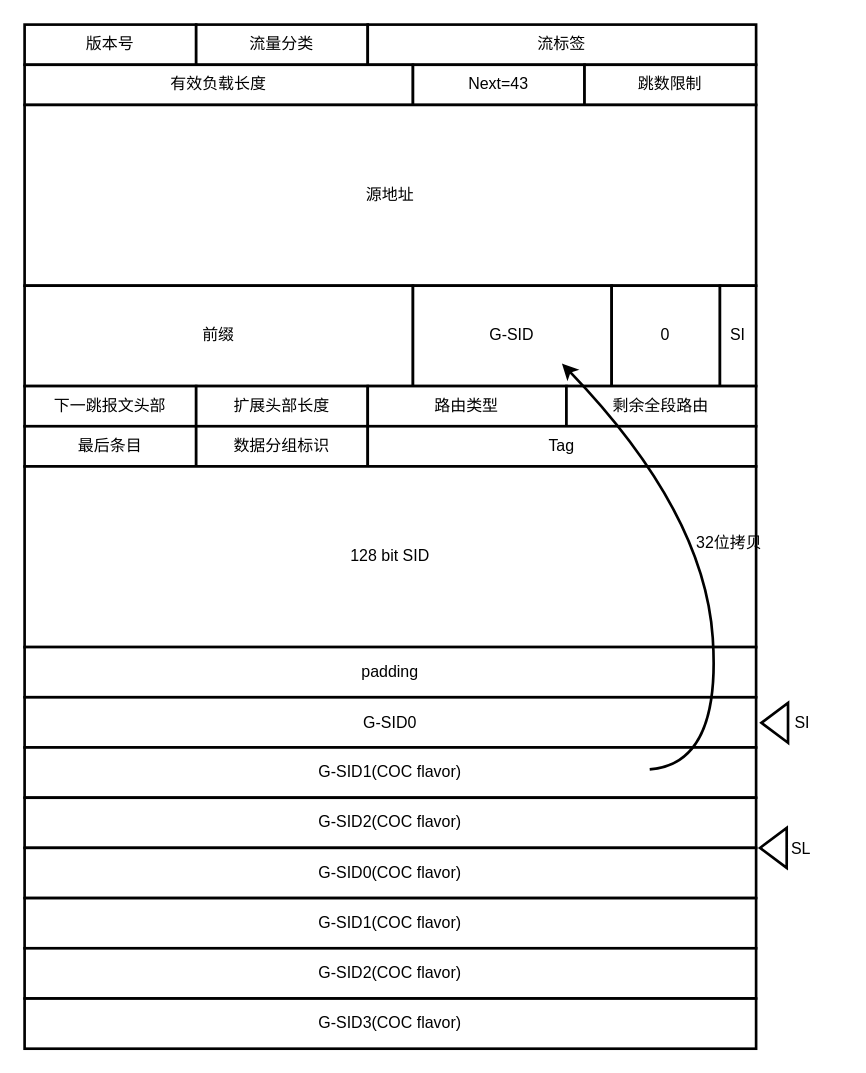
The draw.io diagram G-SRv6.drawio in SOANykun/SOA.github.io, before the edit. Source tidied: cells renumbered, new cells numbered last; positions are measured from the earlier drawing's top-left corner, leaving out a move shared by most shapes. Both pictures are drawn from the tidied source at 133%, with x=0, y=0 at pixel (24, 24).
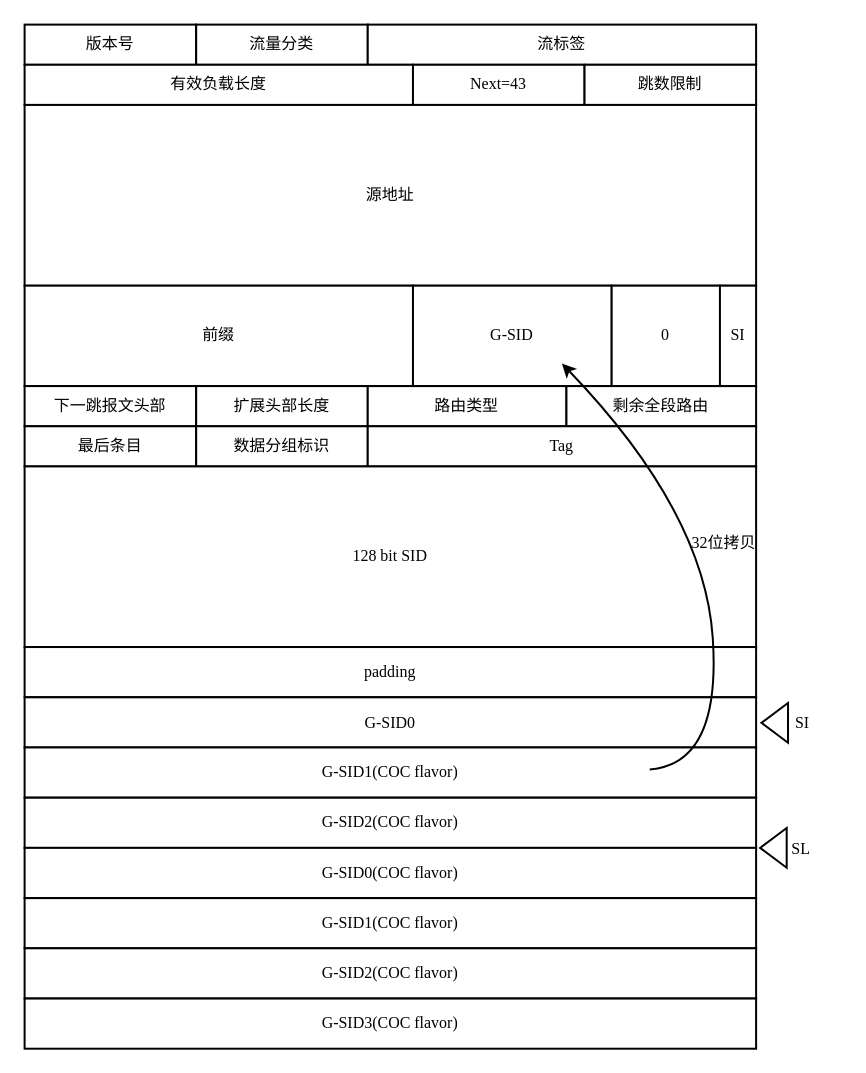
After the change.

Change to the diagram source:
```diff
@@
-    <mxCell id="2" style="group;fontFamily=宋体;fillColor=none;strokeWidth=2;" parent="1" vertex="1">
+    <mxCell id="2" style="group;fontFamily=Times New Roman;fillColor=none;strokeWidth=1.5;fontStyle=0;" parent="1" vertex="1">
       <mxGeometry width="610" height="770" as="geometry" />
     </mxCell>
-    <mxCell id="3" value="版本号" style="rounded=0;whiteSpace=wrap;html=1;fontFamily=宋体;strokeWidth=2;" parent="2" vertex="1">
+    <mxCell id="3" value="版本号" style="rounded=0;whiteSpace=wrap;html=1;fontFamily=Times New Roman;strokeWidth=1.5;fontStyle=0;" parent="2" vertex="1">
       <mxGeometry width="129" height="30.2" as="geometry" />
     </mxCell>
-    <mxCell id="4" value="流量分类" style="rounded=0;whiteSpace=wrap;html=1;fontFamily=宋体;strokeWidth=2;" parent="2" vertex="1">
+    <mxCell id="4" value="流量分类" style="rounded=0;whiteSpace=wrap;html=1;fontFamily=Times New Roman;strokeWidth=1.5;fontStyle=0;" parent="2" vertex="1">
       <mxGeometry x="129" width="129" height="30.2" as="geometry" />
     </mxCell>
-    <mxCell id="5" value="流标签" style="rounded=0;whiteSpace=wrap;html=1;fontFamily=宋体;strokeWidth=2;" parent="2" vertex="1">
+    <mxCell id="5" value="流标签" style="rounded=0;whiteSpace=wrap;html=1;fontFamily=Times New Roman;strokeWidth=1.5;fontStyle=0;" parent="2" vertex="1">
       <mxGeometry x="258" width="292" height="30.2" as="geometry" />
     </mxCell>
-    <mxCell id="6" value="有效负载长度" style="rounded=0;whiteSpace=wrap;html=1;fontFamily=宋体;strokeWidth=2;" parent="2" vertex="1">
+    <mxCell id="6" value="有效负载长度" style="rounded=0;whiteSpace=wrap;html=1;fontFamily=Times New Roman;strokeWidth=1.5;fontStyle=0;" parent="2" vertex="1">
       <mxGeometry y="30.2" width="292" height="30.2" as="geometry" />
     </mxCell>
-    <mxCell id="7" value="Next=43" style="rounded=0;whiteSpace=wrap;html=1;fontFamily=宋体;strokeWidth=2;" parent="2" vertex="1">
+    <mxCell id="7" value="Next=43" style="rounded=0;whiteSpace=wrap;html=1;fontFamily=Times New Roman;strokeWidth=1.5;fontStyle=0;" parent="2" vertex="1">
       <mxGeometry x="292" y="30.2" width="129" height="30.2" as="geometry" />
     </mxCell>
-    <mxCell id="8" value="跳数限制" style="rounded=0;whiteSpace=wrap;html=1;fontFamily=宋体;strokeWidth=2;" parent="2" vertex="1">
+    <mxCell id="8" value="跳数限制" style="rounded=0;whiteSpace=wrap;html=1;fontFamily=Times New Roman;strokeWidth=1.5;fontStyle=0;" parent="2" vertex="1">
       <mxGeometry x="421" y="30.2" width="129" height="30.2" as="geometry" />
     </mxCell>
-    <mxCell id="9" value="源地址" style="rounded=0;whiteSpace=wrap;html=1;fontFamily=宋体;strokeWidth=2;" parent="2" vertex="1">
+    <mxCell id="9" value="源地址" style="rounded=0;whiteSpace=wrap;html=1;fontFamily=Times New Roman;strokeWidth=1.5;fontStyle=0;" parent="2" vertex="1">
       <mxGeometry y="60.4" width="550" height="135.9" as="geometry" />
     </mxCell>
-    <mxCell id="10" value="前缀" style="rounded=0;whiteSpace=wrap;html=1;fontFamily=宋体;strokeWidth=2;" parent="2" vertex="1">
+    <mxCell id="10" value="前缀" style="rounded=0;whiteSpace=wrap;html=1;fontFamily=Times New Roman;strokeWidth=1.5;fontStyle=0;" parent="2" vertex="1">
       <mxGeometry y="196.3" width="292" height="75.5" as="geometry" />
     </mxCell>
-    <mxCell id="11" value="G-SID" style="rounded=0;whiteSpace=wrap;html=1;fontFamily=宋体;strokeWidth=2;" parent="2" vertex="1">
+    <mxCell id="11" value="G-SID" style="rounded=0;whiteSpace=wrap;html=1;fontFamily=Times New Roman;strokeWidth=1.5;fontStyle=0;" parent="2" vertex="1">
       <mxGeometry x="292" y="196.3" width="149.4" height="75.5" as="geometry" />
     </mxCell>
-    <mxCell id="12" value="0" style="rounded=0;whiteSpace=wrap;html=1;fontFamily=宋体;strokeWidth=2;" parent="2" vertex="1">
+    <mxCell id="12" value="0" style="rounded=0;whiteSpace=wrap;html=1;fontFamily=Times New Roman;strokeWidth=1.5;fontStyle=0;" parent="2" vertex="1">
       <mxGeometry x="441.4" y="196.3" width="81.5" height="75.5" as="geometry" />
     </mxCell>
-    <mxCell id="13" value="SI" style="rounded=0;whiteSpace=wrap;html=1;fontFamily=宋体;strokeWidth=2;" parent="2" vertex="1">
+    <mxCell id="13" value="SI" style="rounded=0;whiteSpace=wrap;html=1;fontFamily=Times New Roman;strokeWidth=1.5;fontStyle=0;" parent="2" vertex="1">
       <mxGeometry x="522.8" y="196.3" width="27.2" height="75.5" as="geometry" />
     </mxCell>
-    <mxCell id="14" value="下一跳报文头部" style="rounded=0;whiteSpace=wrap;html=1;fontFamily=宋体;strokeWidth=2;" parent="2" vertex="1">
+    <mxCell id="14" value="下一跳报文头部" style="rounded=0;whiteSpace=wrap;html=1;fontFamily=Times New Roman;strokeWidth=1.5;fontStyle=0;" parent="2" vertex="1">
       <mxGeometry y="271.8" width="129" height="30.2" as="geometry" />
     </mxCell>
-    <mxCell id="15" value="最后条目" style="rounded=0;whiteSpace=wrap;html=1;fontFamily=宋体;strokeWidth=2;" parent="2" vertex="1">
+    <mxCell id="15" value="最后条目" style="rounded=0;whiteSpace=wrap;html=1;fontFamily=Times New Roman;strokeWidth=1.5;fontStyle=0;" parent="2" vertex="1">
       <mxGeometry y="302" width="129" height="30.2" as="geometry" />
     </mxCell>
-    <mxCell id="16" value="扩展头部长度" style="rounded=0;whiteSpace=wrap;html=1;fontFamily=宋体;strokeWidth=2;" parent="2" vertex="1">
+    <mxCell id="16" value="扩展头部长度" style="rounded=0;whiteSpace=wrap;html=1;fontFamily=Times New Roman;strokeWidth=1.5;fontStyle=0;" parent="2" vertex="1">
       <mxGeometry x="129" y="271.8" width="129" height="30.2" as="geometry" />
     </mxCell>
-    <mxCell id="17" value="路由类型" style="rounded=0;whiteSpace=wrap;html=1;fontFamily=宋体;strokeWidth=2;" parent="2" vertex="1">
+    <mxCell id="17" value="路由类型" style="rounded=0;whiteSpace=wrap;html=1;fontFamily=Times New Roman;strokeWidth=1.5;fontStyle=0;" parent="2" vertex="1">
       <mxGeometry x="258" y="271.8" width="149.4" height="30.2" as="geometry" />
     </mxCell>
-    <mxCell id="18" value="剩余全段路由" style="rounded=0;whiteSpace=wrap;html=1;fontFamily=宋体;strokeWidth=2;" parent="2" vertex="1">
+    <mxCell id="18" value="剩余全段路由" style="rounded=0;whiteSpace=wrap;html=1;fontFamily=Times New Roman;strokeWidth=1.5;fontStyle=0;" parent="2" vertex="1">
       <mxGeometry x="407.4" y="271.8" width="142.6" height="30.2" as="geometry" />
     </mxCell>
-    <mxCell id="19" value="数据分组标识" style="rounded=0;whiteSpace=wrap;html=1;fontFamily=宋体;strokeWidth=2;" parent="2" vertex="1">
+    <mxCell id="19" value="数据分组标识" style="rounded=0;whiteSpace=wrap;html=1;fontFamily=Times New Roman;strokeWidth=1.5;fontStyle=0;" parent="2" vertex="1">
       <mxGeometry x="129" y="302" width="129" height="30.2" as="geometry" />
     </mxCell>
-    <mxCell id="20" value="Tag" style="rounded=0;whiteSpace=wrap;html=1;fontFamily=宋体;strokeWidth=2;" parent="2" vertex="1">
+    <mxCell id="20" value="Tag" style="rounded=0;whiteSpace=wrap;html=1;fontFamily=Times New Roman;strokeWidth=1.5;fontStyle=0;" parent="2" vertex="1">
       <mxGeometry x="258" y="302" width="292" height="30.2" as="geometry" />
     </mxCell>
-    <mxCell id="21" value="128 bit SID" style="rounded=0;whiteSpace=wrap;html=1;fontFamily=宋体;strokeWidth=2;" parent="2" vertex="1">
+    <mxCell id="21" value="128 bit SID" style="rounded=0;whiteSpace=wrap;html=1;fontFamily=Times New Roman;strokeWidth=1.5;fontStyle=0;" parent="2" vertex="1">
       <mxGeometry y="332.2" width="550" height="135.9" as="geometry" />
     </mxCell>
-    <mxCell id="22" value="padding" style="rounded=0;whiteSpace=wrap;html=1;fontFamily=宋体;strokeWidth=2;" parent="2" vertex="1">
+    <mxCell id="22" value="padding" style="rounded=0;whiteSpace=wrap;html=1;fontFamily=Times New Roman;strokeWidth=1.5;fontStyle=0;" parent="2" vertex="1">
       <mxGeometry y="468" width="550" height="37.7" as="geometry" />
     </mxCell>
-    <mxCell id="23" value="G-SID0" style="rounded=0;whiteSpace=wrap;html=1;fontFamily=宋体;strokeWidth=2;" parent="2" vertex="1">
+    <mxCell id="23" value="G-SID0" style="rounded=0;whiteSpace=wrap;html=1;fontFamily=Times New Roman;strokeWidth=1.5;fontStyle=0;" parent="2" vertex="1">
       <mxGeometry y="505.8" width="550" height="37.7" as="geometry" />
     </mxCell>
-    <mxCell id="24" value="G-SID1(COC flavor)" style="rounded=0;whiteSpace=wrap;html=1;fontFamily=宋体;strokeWidth=2;" parent="2" vertex="1">
+    <mxCell id="24" value="G-SID1(COC flavor)" style="rounded=0;whiteSpace=wrap;html=1;fontFamily=Times New Roman;strokeWidth=1.5;fontStyle=0;" parent="2" vertex="1">
       <mxGeometry y="543.5" width="550" height="37.7" as="geometry" />
     </mxCell>
-    <mxCell id="25" value="G-SID2(COC flavor)" style="rounded=0;whiteSpace=wrap;html=1;fontFamily=宋体;strokeWidth=2;" parent="2" vertex="1">
+    <mxCell id="25" value="G-SID2(COC flavor)" style="rounded=0;whiteSpace=wrap;html=1;fontFamily=Times New Roman;strokeWidth=1.5;fontStyle=0;" parent="2" vertex="1">
       <mxGeometry y="581.3" width="550" height="37.7" as="geometry" />
     </mxCell>
-    <mxCell id="26" value="G-SID0(COC flavor)" style="rounded=0;whiteSpace=wrap;html=1;fontFamily=宋体;strokeWidth=2;" parent="2" vertex="1">
+    <mxCell id="26" value="G-SID0(COC flavor)" style="rounded=0;whiteSpace=wrap;html=1;fontFamily=Times New Roman;strokeWidth=1.5;fontStyle=0;" parent="2" vertex="1">
       <mxGeometry y="619" width="550" height="37.7" as="geometry" />
     </mxCell>
-    <mxCell id="27" value="G-SID1(COC flavor)" style="rounded=0;whiteSpace=wrap;html=1;fontFamily=宋体;strokeWidth=2;" parent="2" vertex="1">
+    <mxCell id="27" value="G-SID1(COC flavor)" style="rounded=0;whiteSpace=wrap;html=1;fontFamily=Times New Roman;strokeWidth=1.5;fontStyle=0;" parent="2" vertex="1">
       <mxGeometry y="656.8" width="550" height="37.7" as="geometry" />
     </mxCell>
-    <mxCell id="28" value="G-SID2(COC flavor)" style="rounded=0;whiteSpace=wrap;html=1;fontFamily=宋体;strokeWidth=2;" parent="2" vertex="1">
+    <mxCell id="28" value="G-SID2(COC flavor)" style="rounded=0;whiteSpace=wrap;html=1;fontFamily=Times New Roman;strokeWidth=1.5;fontStyle=0;" parent="2" vertex="1">
       <mxGeometry y="694.5" width="550" height="37.7" as="geometry" />
     </mxCell>
-    <mxCell id="29" value="G-SID3(COC flavor)" style="rounded=0;whiteSpace=wrap;html=1;fontFamily=宋体;strokeWidth=2;" parent="2" vertex="1">
+    <mxCell id="29" value="G-SID3(COC flavor)" style="rounded=0;whiteSpace=wrap;html=1;fontFamily=Times New Roman;strokeWidth=1.5;fontStyle=0;" parent="2" vertex="1">
       <mxGeometry y="732.3" width="550" height="37.7" as="geometry" />
     </mxCell>
-    <mxCell id="30" style="curved=1;endArrow=classic;html=1;rounded=0;entryX=0.75;entryY=1;entryDx=0;entryDy=0;strokeWidth=2;" parent="2" edge="1">
+    <mxCell id="30" style="curved=1;endArrow=classic;html=1;rounded=0;entryX=0.75;entryY=1;entryDx=0;entryDy=0;strokeWidth=1.5;fontStyle=0;fontFamily=Times New Roman;" parent="2" edge="1">
       <mxGeometry relative="1" as="geometry">
         <mxPoint x="470" y="560" as="sourcePoint" />
         <mxPoint x="404" y="254.8" as="targetPoint" />
         <Array as="points">
           <mxPoint x="523.8" y="556" />
           <mxPoint x="511" y="366" />
         </Array>
       </mxGeometry>
     </mxCell>
-    <mxCell id="31" value="32位拷贝" style="rounded=0;whiteSpace=wrap;html=1;strokeColor=none;fillColor=none;strokeWidth=2;" parent="2" vertex="1">
-      <mxGeometry x="490" y="380" width="80" height="20" as="geometry" />
+    <mxCell id="31" value="32位拷贝" style="rounded=0;whiteSpace=wrap;html=1;strokeColor=none;fillColor=none;strokeWidth=1.5;fontStyle=0;fontFamily=Times New Roman;" parent="2" vertex="1">
+      <mxGeometry x="486" y="380" width="80" height="20" as="geometry" />
     </mxCell>
-    <mxCell id="32" value="SL" style="rounded=0;whiteSpace=wrap;html=1;strokeColor=none;fillColor=none;strokeWidth=2;" parent="2" vertex="1">
+    <mxCell id="32" value="SL" style="rounded=0;whiteSpace=wrap;html=1;strokeColor=none;fillColor=none;strokeWidth=1.5;fontStyle=0;fontFamily=Times New Roman;" parent="2" vertex="1">
       <mxGeometry x="554" y="610" width="60" height="20" as="geometry" />
     </mxCell>
-    <mxCell id="33" value="SI" style="rounded=0;whiteSpace=wrap;html=1;strokeColor=none;fillColor=none;strokeWidth=2;" parent="1" vertex="1">
+    <mxCell id="33" value="SI" style="rounded=0;whiteSpace=wrap;html=1;strokeColor=none;fillColor=none;strokeWidth=1.5;fontStyle=0;fontFamily=Times New Roman;" parent="1" vertex="1">
       <mxGeometry x="555" y="515" width="60" height="20" as="geometry" />
     </mxCell>
-    <mxCell id="34" style="triangle;whiteSpace=wrap;html=1;rotation=-180;strokeWidth=2;" parent="1" vertex="1">
+    <mxCell id="34" style="triangle;whiteSpace=wrap;html=1;rotation=-180;strokeWidth=1.5;fontStyle=0;fontFamily=Times New Roman;" parent="1" vertex="1">
       <mxGeometry x="554" y="510" width="20" height="30" as="geometry" />
     </mxCell>
-    <mxCell id="35" style="triangle;whiteSpace=wrap;html=1;rotation=-180;strokeWidth=2;" parent="1" vertex="1">
+    <mxCell id="35" style="triangle;whiteSpace=wrap;html=1;rotation=-180;strokeWidth=1.5;fontStyle=0;fontFamily=Times New Roman;" parent="1" vertex="1">
       <mxGeometry x="553" y="604" width="20" height="30" as="geometry" />
     </mxCell>
```
